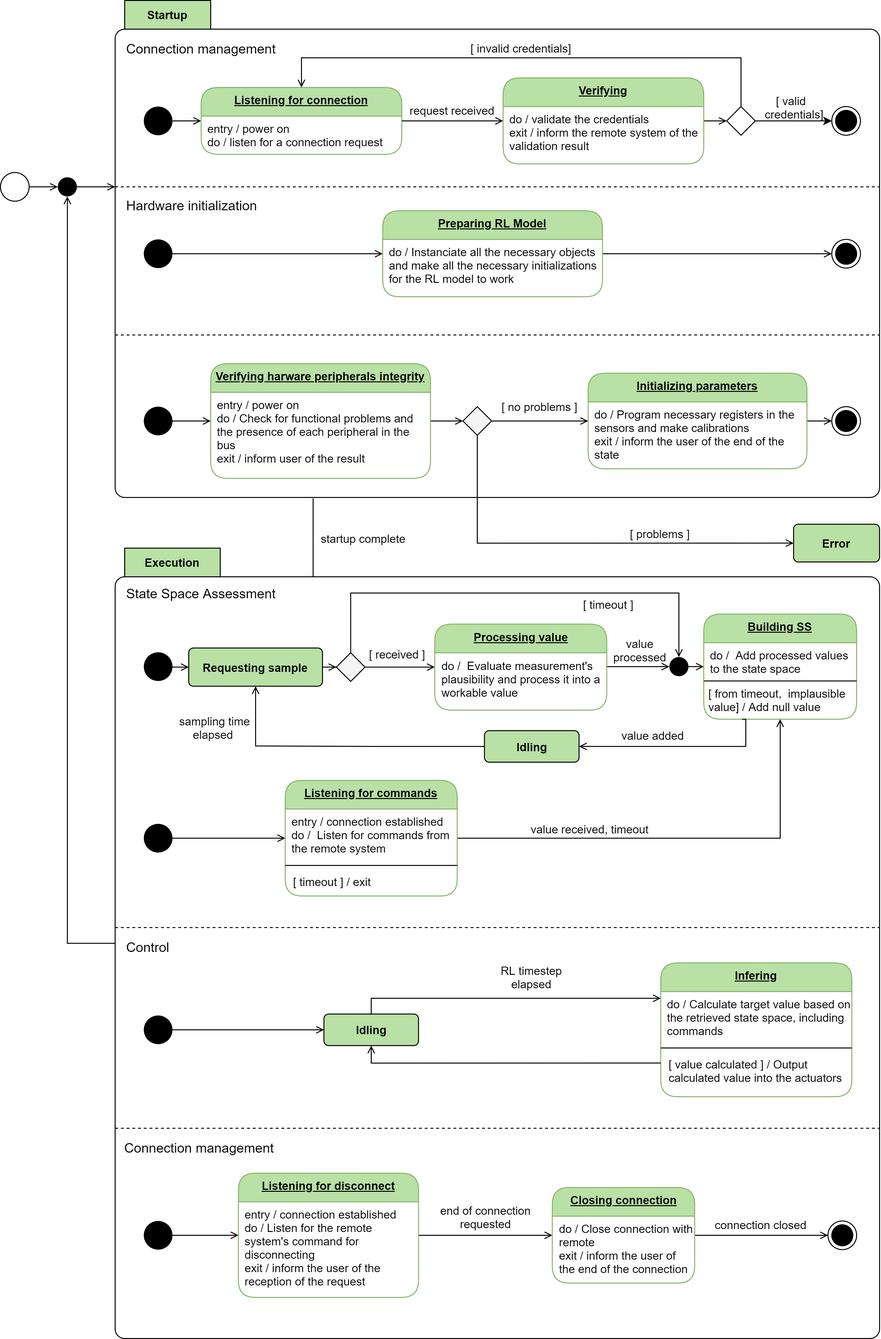
The draw.io diagram 2. Analysis/5. System Analysis/Local/State Machine/state_machine_local.png in esrg-silent-howl/zephyrus, before a commit. Source tidied: cells renumbered, new cells last; positions are measured from the earlier drawing's top-left corner, leaving out a move shared by most shapes.
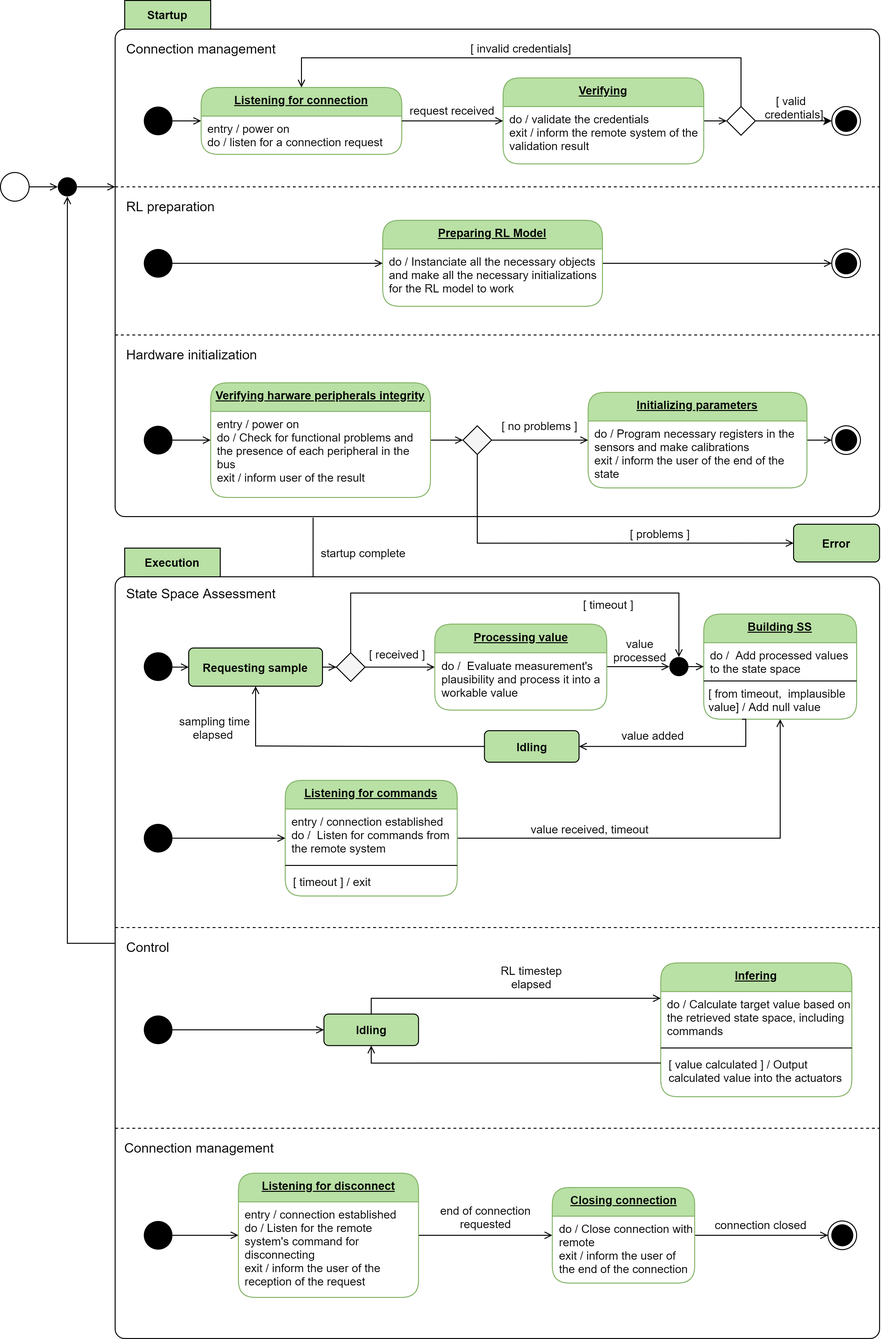
Later version of the same file.

Commit message:
FIX: Small improvements in the Local System's State Machine Diagram

Diff of the diagram source:
```diff
@@ -6,7 +6,7 @@
       <mxGeometry relative="1" as="geometry" />
     </mxCell>
     <mxCell id="3" value="Startup" style="shape=folder;align=center;verticalAlign=middle;fontStyle=0;tabWidth=100;tabHeight=30;tabPosition=left;html=1;boundedLbl=1;labelInHeader=1;rounded=1;absoluteArcSize=1;arcSize=10;" parent="1" vertex="1">
-      <mxGeometry x="120" width="800" height="520" as="geometry" />
+      <mxGeometry x="120" width="800" height="540" as="geometry" />
     </mxCell>
     <mxCell id="4" style="edgeStyle=orthogonalEdgeStyle;rounded=0;jettySize=auto;html=1;exitX=1;exitY=0.5;exitDx=0;exitDy=0;startArrow=none;startFill=0;endArrow=open;endFill=0;" parent="1" edge="1" source="7" target="5">
       <mxGeometry relative="1" as="geometry" />
@@ -30,7 +30,7 @@
       <mxGeometry relative="1" as="geometry" />
     </mxCell>
     <mxCell id="11" style="ellipse;fillColor=#000000;strokeColor=none;align=left;" parent="1" vertex="1">
-      <mxGeometry x="150" y="425" width="30" height="30" as="geometry" />
+      <mxGeometry x="150" y="445" width="30" height="30" as="geometry" />
     </mxCell>
     <mxCell id="12" style="edgeStyle=orthogonalEdgeStyle;rounded=0;jettySize=auto;html=1;startArrow=none;startFill=0;endArrow=open;endFill=0;" parent="1" edge="1" source="14" target="24">
       <mxGeometry relative="1" as="geometry" />
@@ -39,7 +39,7 @@
       <mxGeometry relative="1" as="geometry" />
     </mxCell>
     <mxCell id="14" value="Verifying harware peripherals integrity" style="swimlane;fontStyle=5;align=center;verticalAlign=top;horizontal=1;startSize=30;html=1;rounded=1;absoluteArcSize=1;arcSize=35;whiteSpace=wrap;strokeColor=#82b366;fillColor=#B9E0A5;" parent="1" vertex="1">
-      <mxGeometry x="220" y="380" width="230" height="120" as="geometry" />
+      <mxGeometry x="220" y="400" width="230" height="120" as="geometry" />
     </mxCell>
     <mxCell id="15" value="entry / power on&#10;do / Check for functional problems and the presence of each peripheral in the bus&#10;exit / inform user of the result" style="fillColor=none;strokeColor=none;align=left;verticalAlign=top;spacingLeft=5;whiteSpace=wrap;" parent="14" vertex="1">
       <mxGeometry y="30" width="230" height="90" as="geometry" />
@@ -54,13 +54,13 @@
       <mxGeometry relative="1" as="geometry" />
     </mxCell>
     <mxCell id="19" value="Initializing parameters" style="swimlane;fontStyle=5;align=center;verticalAlign=top;horizontal=1;startSize=30;html=1;rounded=1;absoluteArcSize=1;arcSize=35;whiteSpace=wrap;strokeColor=#82b366;fillColor=#B9E0A5;" parent="1" vertex="1">
-      <mxGeometry x="615" y="390" width="229" height="100" as="geometry" />
+      <mxGeometry x="615" y="410" width="229" height="100" as="geometry" />
     </mxCell>
     <mxCell id="20" value="do / Program necessary registers in the sensors and make calibrations&#10;exit / inform the user of the end of the state" style="fillColor=none;strokeColor=none;align=left;verticalAlign=top;spacingLeft=5;whiteSpace=wrap;" parent="19" vertex="1">
       <mxGeometry y="30" width="229" height="70" as="geometry" />
     </mxCell>
     <mxCell id="21" value="[ no problems ]" style="text;html=1;strokeColor=none;fillColor=none;align=center;verticalAlign=middle;whiteSpace=wrap;rounded=0;" parent="1" vertex="1">
-      <mxGeometry x="514" y="415" width="101" height="20" as="geometry" />
+      <mxGeometry x="514" y="435" width="101" height="20" as="geometry" />
     </mxCell>
     <mxCell id="22" style="edgeStyle=orthogonalEdgeStyle;rounded=0;jettySize=auto;html=1;exitX=1;exitY=0.5;exitDx=0;exitDy=0;startArrow=none;startFill=0;endArrow=open;endFill=0;" parent="1" edge="1" source="24" target="19">
       <mxGeometry relative="1" as="geometry" />
@@ -69,16 +69,16 @@
       <mxGeometry relative="1" as="geometry" />
     </mxCell>
     <mxCell id="24" style="rhombus;fillColor=#f5f5f5;fontColor=#333333;" parent="1" vertex="1">
-      <mxGeometry x="484" y="425" width="30" height="30" as="geometry" />
+      <mxGeometry x="484" y="445" width="30" height="30" as="geometry" />
     </mxCell>
     <mxCell id="25" value="[ problems ]" style="text;html=1;strokeColor=none;fillColor=none;align=center;verticalAlign=middle;whiteSpace=wrap;rounded=0;" parent="1" vertex="1">
       <mxGeometry x="640" y="548" width="101" height="20" as="geometry" />
     </mxCell>
     <mxCell id="26" style="ellipse;html=1;shape=endState;fillColor=#000000;strokeColor=#000000;align=left;" parent="1" vertex="1">
-      <mxGeometry x="870" y="425" width="30" height="30" as="geometry" />
+      <mxGeometry x="870" y="445" width="30" height="30" as="geometry" />
     </mxCell>
     <mxCell id="27" value="startup complete" style="text;html=1;strokeColor=none;fillColor=none;align=center;verticalAlign=middle;whiteSpace=wrap;rounded=0;" parent="1" vertex="1">
-      <mxGeometry x="327" y="553" width="106" height="20" as="geometry" />
+      <mxGeometry x="327" y="567.5" width="106" height="20" as="geometry" />
     </mxCell>
     <mxCell id="28" style="edgeStyle=orthogonalEdgeStyle;rounded=0;jettySize=auto;html=1;entryX=0.5;entryY=1;entryDx=0;entryDy=0;startArrow=none;startFill=0;endArrow=open;endFill=0;" parent="1" edge="1" source="29" target="53">
       <mxGeometry relative="1" as="geometry" />
@@ -337,7 +337,7 @@
       <mxGeometry relative="1" as="geometry" />
     </mxCell>
     <mxCell id="98" value="Preparing RL Model" style="swimlane;fontStyle=5;align=center;verticalAlign=top;horizontal=1;startSize=30;html=1;rounded=1;absoluteArcSize=1;arcSize=35;whiteSpace=wrap;strokeColor=#82b366;fillColor=#B9E0A5;" parent="1" vertex="1">
-      <mxGeometry x="400" y="220" width="230" height="90" as="geometry" />
+      <mxGeometry x="400" y="230" width="230" height="90" as="geometry" />
     </mxCell>
     <mxCell id="99" value="do / Instanciate all the necessary objects and make all the necessary initializations for the RL model to work" style="fillColor=none;strokeColor=none;align=left;verticalAlign=top;spacingLeft=5;whiteSpace=wrap;" parent="98" vertex="1">
       <mxGeometry y="30" width="230" height="60" as="geometry" />
@@ -352,10 +352,10 @@
       <mxGeometry relative="1" as="geometry" />
     </mxCell>
     <mxCell id="102" style="ellipse;fillColor=#000000;strokeColor=none;align=left;" parent="1" vertex="1">
-      <mxGeometry x="150" y="250" width="30" height="30" as="geometry" />
+      <mxGeometry x="150" y="260" width="30" height="30" as="geometry" />
     </mxCell>
     <mxCell id="103" style="ellipse;html=1;shape=endState;fillColor=#000000;strokeColor=#000000;align=left;" parent="1" vertex="1">
-      <mxGeometry x="870" y="250" width="30" height="30" as="geometry" />
+      <mxGeometry x="870" y="260" width="30" height="30" as="geometry" />
     </mxCell>
     <mxCell id="104" value="State Space Assessment" style="text;html=1;strokeColor=none;fillColor=none;align=left;verticalAlign=middle;whiteSpace=wrap;rounded=0;fontSize=14;" parent="1" vertex="1">
       <mxGeometry x="130" y="610" width="170" height="20" as="geometry" />
@@ -376,7 +376,10 @@
       <mxGeometry x="130" y="40" width="170" height="20" as="geometry" />
     </mxCell>
     <mxCell id="110" value="Hardware initialization" style="text;html=1;strokeColor=none;fillColor=none;align=left;verticalAlign=middle;whiteSpace=wrap;rounded=0;fontSize=14;" parent="1" vertex="1">
-      <mxGeometry x="130" y="204" width="170" height="20" as="geometry" />
+      <mxGeometry x="130" y="360" width="170" height="20" as="geometry" />
     </mxCell>
+    <mxCell id="111" value="RL preparation" style="text;html=1;strokeColor=none;fillColor=none;align=left;verticalAlign=middle;whiteSpace=wrap;rounded=0;fontSize=14;" parent="1" vertex="1">
+      <mxGeometry x="130" y="205" width="170" height="20" as="geometry" />
+    </mxCell>
   </root>
 </mxGraphModel>
```
